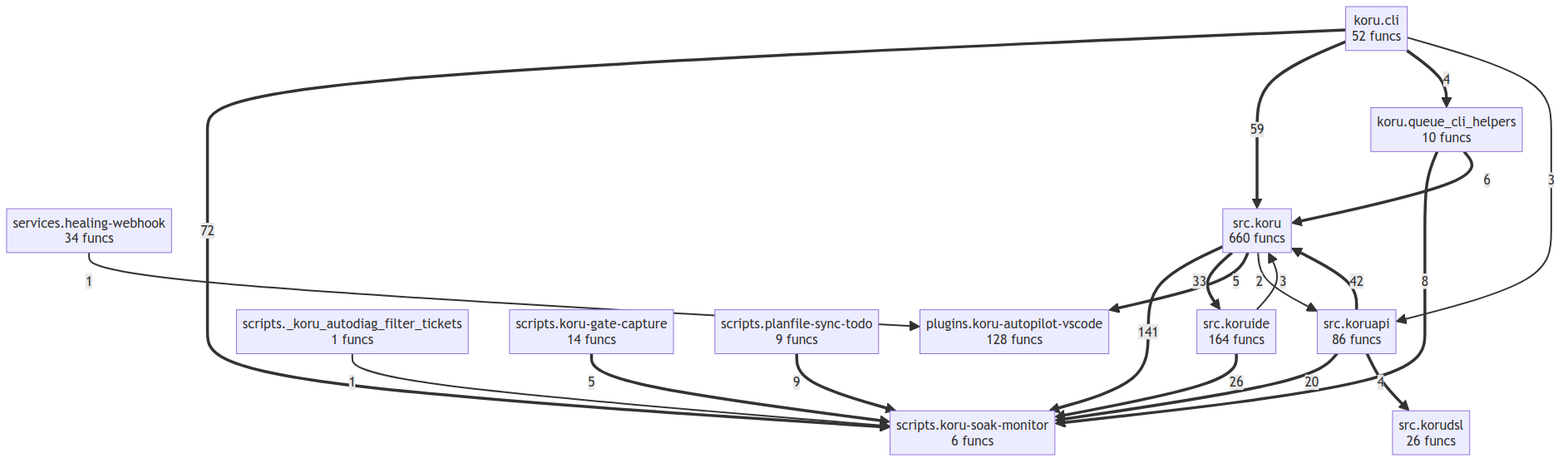
Earlier version of the Mermaid export project/compact_flow.png (semcod/koru). Its source is kept beside it as project/compact_flow.mmd.
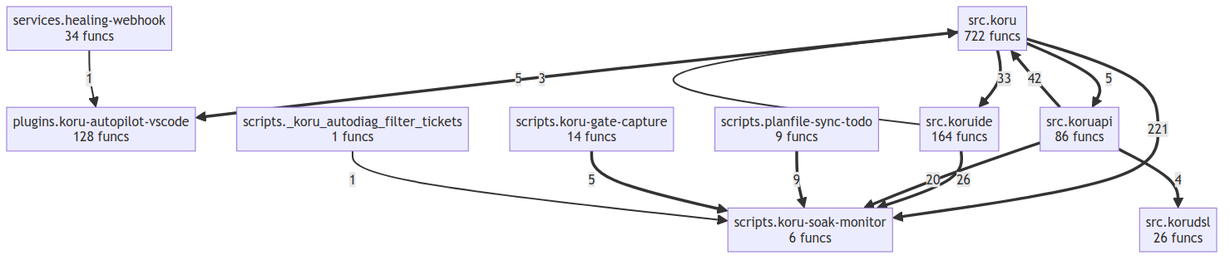
The same diagram one commit later.

Change to the diagram source:
```diff
@@ -1,32 +1,24 @@
 flowchart TD
-    koru__cli["koru.cli<br/>52 funcs"]
-    koru__queue_cli_helpers["koru.queue_cli_helpers<br/>10 funcs"]
     plugins__koru_autopilot_vscode["plugins.koru-autopilot-vscode<br/>128 funcs"]
     scripts___koru_autodiag_filter_tickets["scripts._koru_autodiag_filter_tickets<br/>1 funcs"]
     scripts__koru_gate_capture["scripts.koru-gate-capture<br/>14 funcs"]
     scripts__koru_soak_monitor["scripts.koru-soak-monitor<br/>6 funcs"]
     scripts__planfile_sync_todo["scripts.planfile-sync-todo<br/>9 funcs"]
     services__healing_webhook["services.healing-webhook<br/>34 funcs"]
-    src__koru["src.koru<br/>660 funcs"]
+    src__koru["src.koru<br/>722 funcs"]
     src__koruapi["src.koruapi<br/>86 funcs"]
     src__korudsl["src.korudsl<br/>26 funcs"]
     src__koruide["src.koruide<br/>164 funcs"]
-    src__koru ==>|141| scripts__koru_soak_monitor
-    koru__cli ==>|72| scripts__koru_soak_monitor
-    koru__cli ==>|59| src__koru
+    src__koru ==>|221| scripts__koru_soak_monitor
     src__koruapi ==>|42| src__koru
     src__koru ==>|33| src__koruide
     src__koruide ==>|26| scripts__koru_soak_monitor
     src__koruapi ==>|20| scripts__koru_soak_monitor
     scripts__planfile_sync_todo ==>|9| scripts__koru_soak_monitor
-    koru__queue_cli_helpers ==>|8| scripts__koru_soak_monitor
-    koru__queue_cli_helpers ==>|6| src__koru
     src__koru ==>|5| plugins__koru_autopilot_vscode
     scripts__koru_gate_capture ==>|5| scripts__koru_soak_monitor
+    src__koru ==>|5| src__koruapi
     src__koruapi ==>|4| src__korudsl
-    koru__cli ==>|4| koru__queue_cli_helpers
     src__koruide -->|3| src__koru
-    koru__cli -->|3| src__koruapi
-    src__koru -->|2| src__koruapi
     services__healing_webhook -->|1| plugins__koru_autopilot_vscode
     scripts___koru_autodiag_filter_tickets -->|1| scripts__koru_soak_monitor
```
